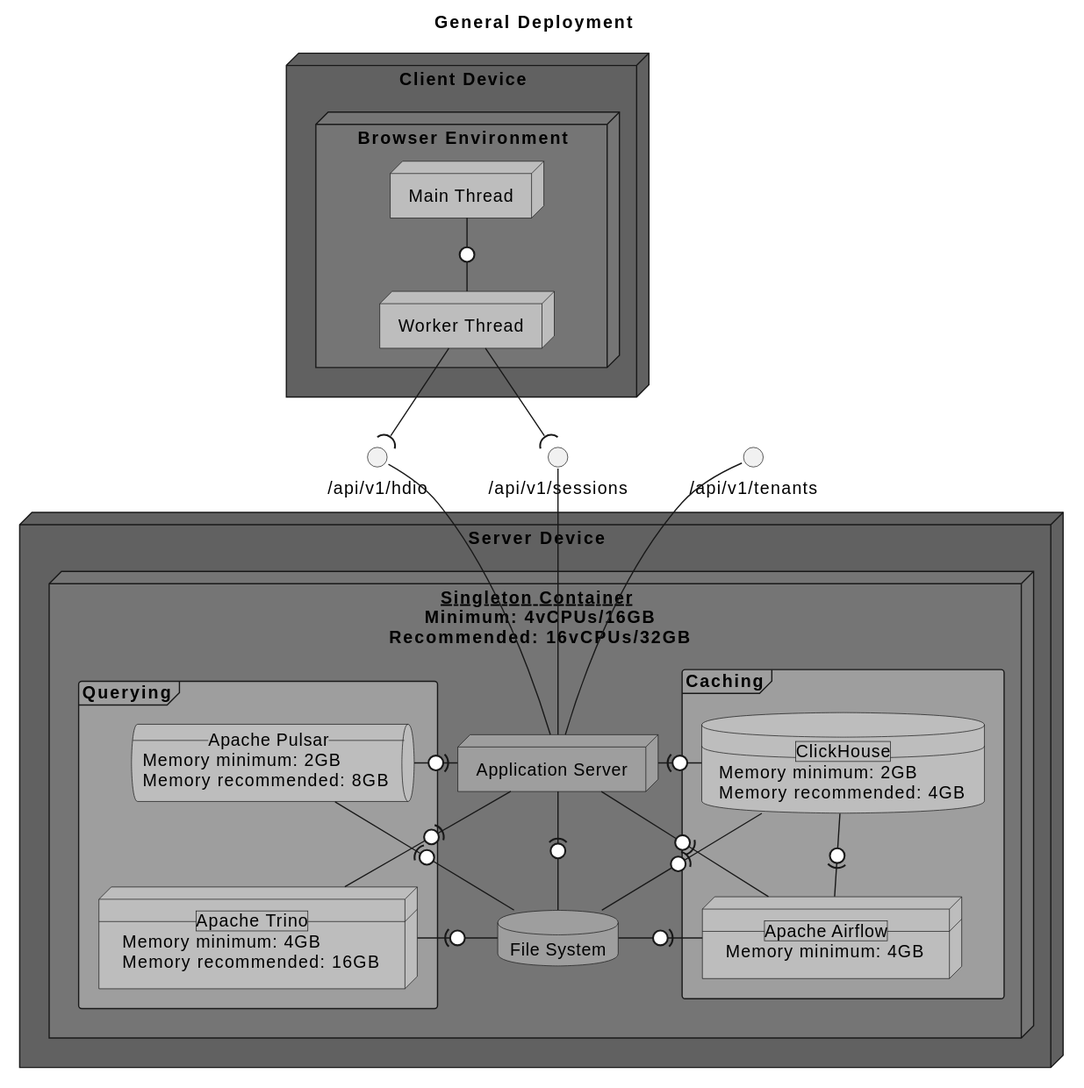
Above: svg/general/deployment.svg in hdml-github/hdml-github.github.io (PlantUML), before the change.
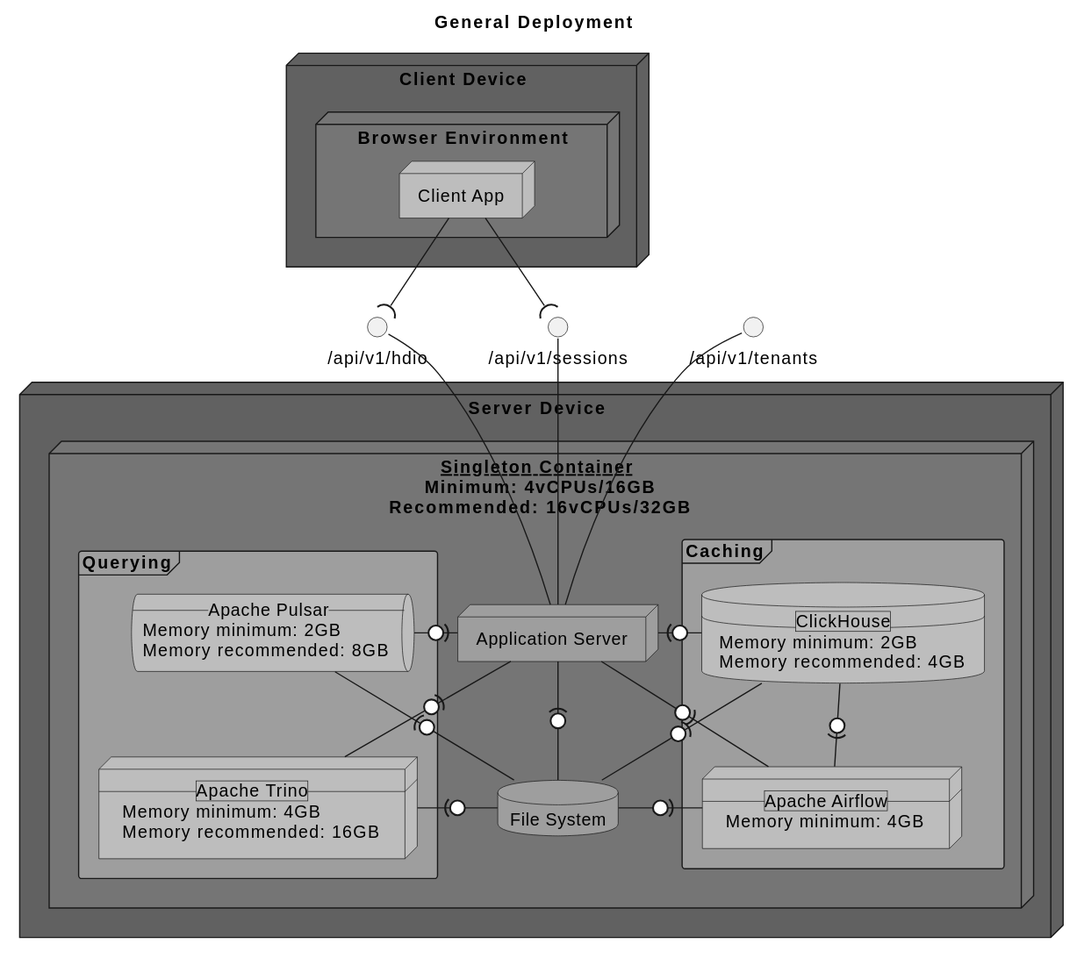
After the commit.

Change to the diagram source:
```diff
@@ -3,10 +3,7 @@
 
   node "Client Device" as Client_Device #616161 {
     node "Browser Environment" as Browser_Environment #757575 {
-      node "Main Thread" as Main_Thread #bdbdbd
-      node "Worker Thread" as Worker_Thread #bdbdbd
-
-      Main_Thread -0- Worker_Thread
+      node "Client App" as Client_App [[./client.svg]] #bdbdbd
     }
   }
 
@@ -42,11 +39,11 @@
   }
 
   interface "/api/v1/hdio" as Public_REST_API
-  Worker_Thread --( Public_REST_API
+  Client_App --( Public_REST_API
   Public_REST_API -- Application_Server
 
   interface "/api/v1/sessions" as Sessions_REST_API
-  Worker_Thread --( Sessions_REST_API
+  Client_App --( Sessions_REST_API
   Sessions_REST_API -- Application_Server
 
   interface "/api/v1/tenants" as Tenants_REST_API
```
